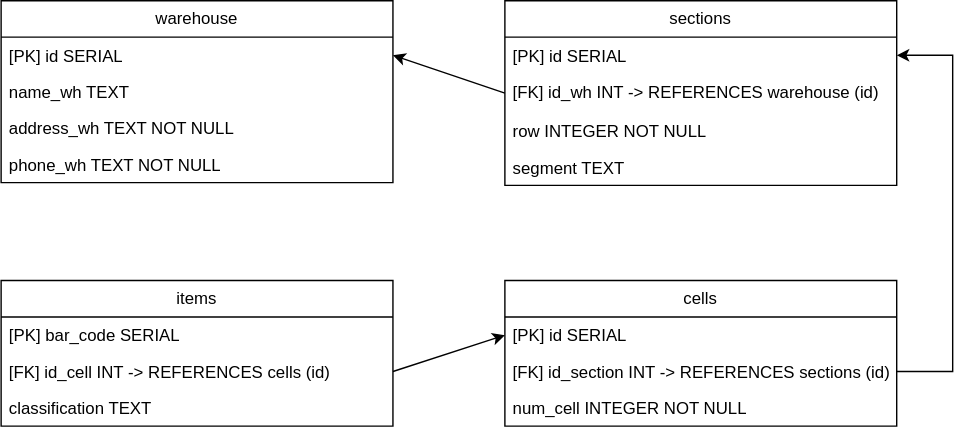
Before: Part_1/sheme.svg, a diagram exported from draw.io (Ritornii/PostgreSQL_Learning). Source tidied: cells renumbered, new cells last; positions are measured from the earlier drawing's top-left corner, leaving out a move shared by most shapes.
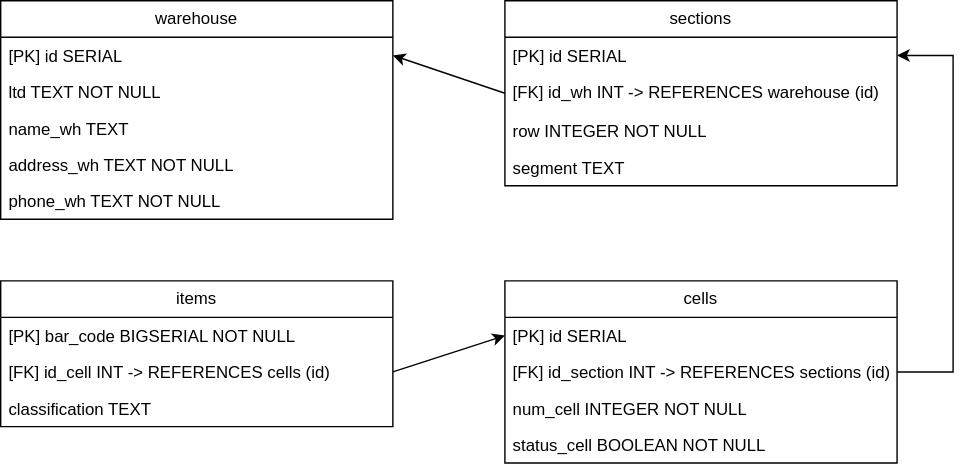
Above is the later version.

Diff of the diagram source:
```diff
@@ -3,19 +3,22 @@
     <mxCell id="0" />
     <mxCell id="1" parent="0" />
     <mxCell id="2" value="warehouse" style="swimlane;fontStyle=0;horizontal=1;startSize=26;fillColor=none;whiteSpace=wrap;html=1;" parent="1" vertex="1">
-      <mxGeometry width="280" height="130" as="geometry" />
+      <mxGeometry width="280" height="156" as="geometry" />
     </mxCell>
     <mxCell id="3" value="[PK]&amp;nbsp;id SERIAL" style="text;strokeColor=none;fillColor=none;align=left;verticalAlign=top;spacingLeft=4;spacingRight=4;overflow=hidden;points=[[0,0.5],[1,0.5]];portConstraint=eastwest;whiteSpace=wrap;html=1;" parent="2" vertex="1">
       <mxGeometry y="26" width="280" height="26" as="geometry" />
     </mxCell>
+    <mxCell id="23" value="ltd TEXT NOT NULL" style="text;strokeColor=none;fillColor=none;align=left;verticalAlign=top;spacingLeft=4;spacingRight=4;overflow=hidden;whiteSpace=wrap;html=1;" parent="2" vertex="1">
+      <mxGeometry y="52" width="280" height="26" as="geometry" />
+    </mxCell>
     <mxCell id="4" value="name_wh TEXT" style="text;strokeColor=none;fillColor=none;align=left;verticalAlign=top;spacingLeft=4;spacingRight=4;overflow=hidden;whiteSpace=wrap;html=1;" parent="2" vertex="1">
-      <mxGeometry y="52" width="280" height="26" as="geometry" />
+      <mxGeometry y="78" width="280" height="26" as="geometry" />
     </mxCell>
     <mxCell id="5" value="address_wh TEXT NOT NULL" style="text;strokeColor=none;fillColor=none;align=left;verticalAlign=top;spacingLeft=4;spacingRight=4;overflow=hidden;whiteSpace=wrap;html=1;" parent="2" vertex="1">
-      <mxGeometry y="78" width="280" height="26" as="geometry" />
+      <mxGeometry y="104" width="280" height="26" as="geometry" />
     </mxCell>
     <mxCell id="6" value="phone_wh TEXT NOT NULL" style="text;strokeColor=none;fillColor=none;align=left;verticalAlign=top;spacingLeft=4;spacingRight=4;overflow=hidden;whiteSpace=wrap;html=1;" parent="2" vertex="1">
-      <mxGeometry y="104" width="280" height="26" as="geometry" />
+      <mxGeometry y="130" width="280" height="26" as="geometry" />
     </mxCell>
     <mxCell id="7" value="sections" style="swimlane;fontStyle=0;horizontal=1;startSize=26;fillColor=none;whiteSpace=wrap;html=1;" parent="1" vertex="1">
       <mxGeometry x="360" width="280" height="132" as="geometry" />
@@ -33,7 +36,7 @@
       <mxGeometry y="106" width="280" height="26" as="geometry" />
     </mxCell>
     <mxCell id="12" value="cells" style="swimlane;fontStyle=0;horizontal=1;startSize=26;fillColor=none;whiteSpace=wrap;html=1;" parent="1" vertex="1">
-      <mxGeometry x="360" y="200" width="280" height="104" as="geometry" />
+      <mxGeometry x="360" y="200" width="280" height="130" as="geometry" />
     </mxCell>
     <mxCell id="13" value="[PK] id SERIAL" style="text;strokeColor=none;fillColor=none;align=left;verticalAlign=top;spacingLeft=4;spacingRight=4;overflow=hidden;points=[[0,0.5],[1,0.5]];portConstraint=eastwest;whiteSpace=wrap;html=1;" parent="12" vertex="1">
       <mxGeometry y="26" width="280" height="26" as="geometry" />
@@ -44,10 +47,13 @@
     <mxCell id="15" value="num_cell INTEGER NOT NULL" style="text;strokeColor=none;fillColor=none;align=left;verticalAlign=top;spacingLeft=4;spacingRight=4;overflow=hidden;whiteSpace=wrap;html=1;" parent="12" vertex="1">
       <mxGeometry y="78" width="280" height="26" as="geometry" />
     </mxCell>
+    <mxCell id="24" value="status_cell BOOLEAN NOT NULL" style="text;strokeColor=none;fillColor=none;align=left;verticalAlign=top;spacingLeft=4;spacingRight=4;overflow=hidden;whiteSpace=wrap;html=1;" parent="12" vertex="1">
+      <mxGeometry y="104" width="280" height="26" as="geometry" />
+    </mxCell>
     <mxCell id="16" value="items" style="swimlane;fontStyle=0;horizontal=1;startSize=26;fillColor=none;whiteSpace=wrap;html=1;" parent="1" vertex="1">
       <mxGeometry y="200" width="280" height="104" as="geometry" />
     </mxCell>
-    <mxCell id="17" value="[PK] bar_code SERIAL" style="text;strokeColor=none;fillColor=none;align=left;verticalAlign=top;spacingLeft=4;spacingRight=4;overflow=hidden;whiteSpace=wrap;html=1;" parent="16" vertex="1">
+    <mxCell id="17" value="[PK] bar_code BIGSERIAL NOT NULL" style="text;strokeColor=none;fillColor=none;align=left;verticalAlign=top;spacingLeft=4;spacingRight=4;overflow=hidden;whiteSpace=wrap;html=1;" parent="16" vertex="1">
       <mxGeometry y="26" width="280" height="26" as="geometry" />
     </mxCell>
     <mxCell id="18" value="[FK] id_cell INT -&amp;gt; REFERENCES cells (id)" style="text;strokeColor=none;fillColor=none;align=left;verticalAlign=top;spacingLeft=4;spacingRight=4;overflow=hidden;points=[[0,0.5],[1,0.5]];portConstraint=eastwest;whiteSpace=wrap;html=1;" parent="16" vertex="1">
```
